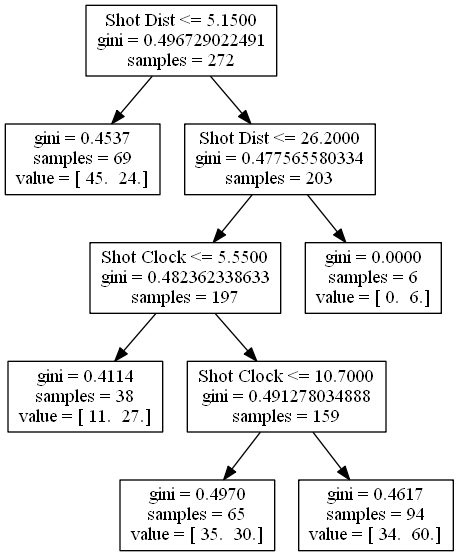
bveber/Analyze_NBA keeps this Graphviz diagram as gordon_hayward.png. Above is the earlier version. Its source is kept beside it as gordon_hayward.dot.
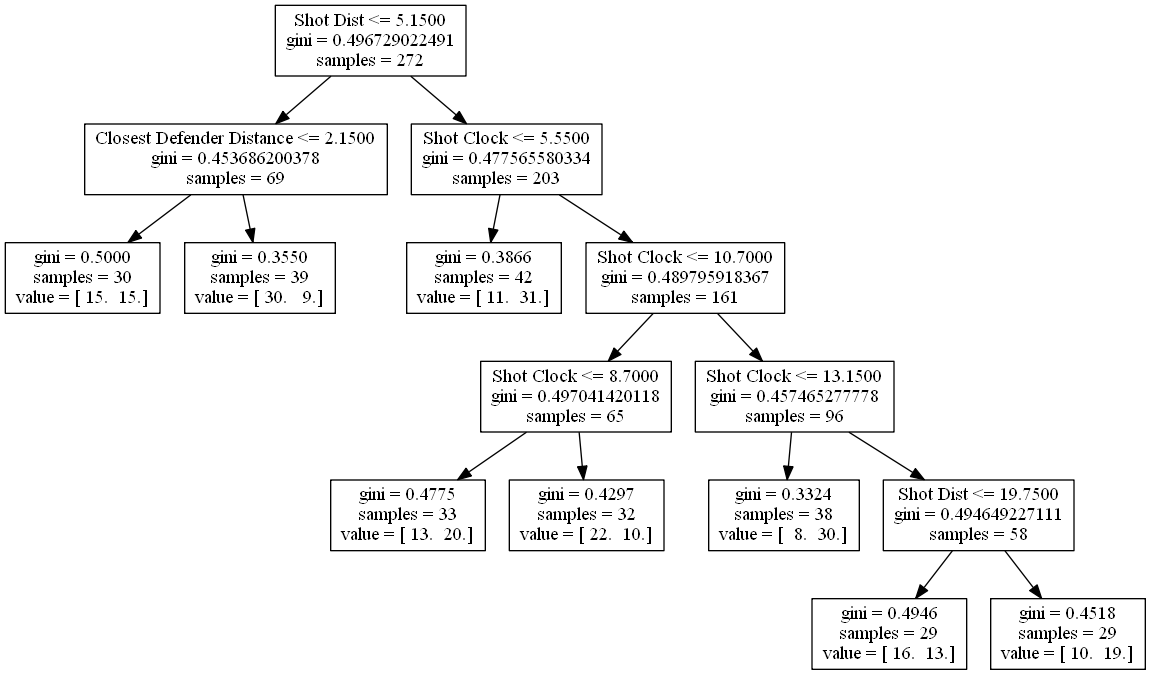
Later version of the same file.

The edit, as a diff of the source:
```diff
@@ -1,19 +1,31 @@
 digraph Tree {
 0 [label="Shot Dist <= 5.1500\ngini = 0.496729022491\nsamples = 272", shape="box"] ;
-1 [label="gini = 0.4537\nsamples = 69\nvalue = [ 45.  24.]", shape="box"] ;
+1 [label="Closest Defender Distance <= 2.1500\ngini = 0.453686200378\nsamples = 69", shape="box"] ;
 0 -> 1 ;
-2 [label="Shot Dist <= 26.2000\ngini = 0.477565580334\nsamples = 203", shape="box"] ;
-0 -> 2 ;
-3 [label="Shot Clock <= 5.5500\ngini = 0.482362338633\nsamples = 197", shape="box"] ;
-2 -> 3 ;
-4 [label="gini = 0.4114\nsamples = 38\nvalue = [ 11.  27.]", shape="box"] ;
-3 -> 4 ;
-5 [label="Shot Clock <= 10.7000\ngini = 0.491278034888\nsamples = 159", shape="box"] ;
-3 -> 5 ;
-6 [label="gini = 0.4970\nsamples = 65\nvalue = [ 35.  30.]", shape="box"] ;
-5 -> 6 ;
-7 [label="gini = 0.4617\nsamples = 94\nvalue = [ 34.  60.]", shape="box"] ;
-5 -> 7 ;
-8 [label="gini = 0.0000\nsamples = 6\nvalue = [ 0.  6.]", shape="box"] ;
-2 -> 8 ;
+2 [label="gini = 0.5000\nsamples = 30\nvalue = [ 15.  15.]", shape="box"] ;
+1 -> 2 ;
+3 [label="gini = 0.3550\nsamples = 39\nvalue = [ 30.   9.]", shape="box"] ;
+1 -> 3 ;
+4 [label="Shot Clock <= 5.5500\ngini = 0.477565580334\nsamples = 203", shape="box"] ;
+0 -> 4 ;
+5 [label="gini = 0.3866\nsamples = 42\nvalue = [ 11.  31.]", shape="box"] ;
+4 -> 5 ;
+6 [label="Shot Clock <= 10.7000\ngini = 0.489795918367\nsamples = 161", shape="box"] ;
+4 -> 6 ;
+7 [label="Shot Clock <= 8.7000\ngini = 0.497041420118\nsamples = 65", shape="box"] ;
+6 -> 7 ;
+8 [label="gini = 0.4775\nsamples = 33\nvalue = [ 13.  20.]", shape="box"] ;
+7 -> 8 ;
+9 [label="gini = 0.4297\nsamples = 32\nvalue = [ 22.  10.]", shape="box"] ;
+7 -> 9 ;
+10 [label="Shot Clock <= 13.1500\ngini = 0.457465277778\nsamples = 96", shape="box"] ;
+6 -> 10 ;
+11 [label="gini = 0.3324\nsamples = 38\nvalue = [  8.  30.]", shape="box"] ;
+10 -> 11 ;
+12 [label="Shot Dist <= 19.7500\ngini = 0.494649227111\nsamples = 58", shape="box"] ;
+10 -> 12 ;
+13 [label="gini = 0.4946\nsamples = 29\nvalue = [ 16.  13.]", shape="box"] ;
+12 -> 13 ;
+14 [label="gini = 0.4518\nsamples = 29\nvalue = [ 10.  19.]", shape="box"] ;
+12 -> 14 ;
 }
```
